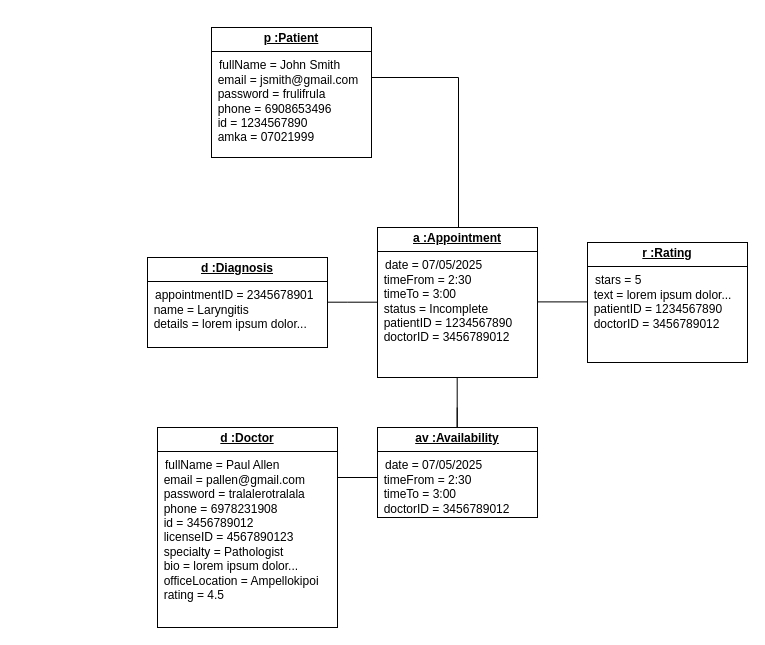
Earlier version of the draw.io diagram diagrams/Object_Diagram1.drawio (dimitry-lzs/seBackend). Source tidied: cells renumbered, new cells numbered last; positions are measured from the earlier drawing's top-left corner, leaving out a move shared by most shapes. Both pictures are drawn from the tidied source at 100%, with x=0, y=0 at pixel (147, 27).
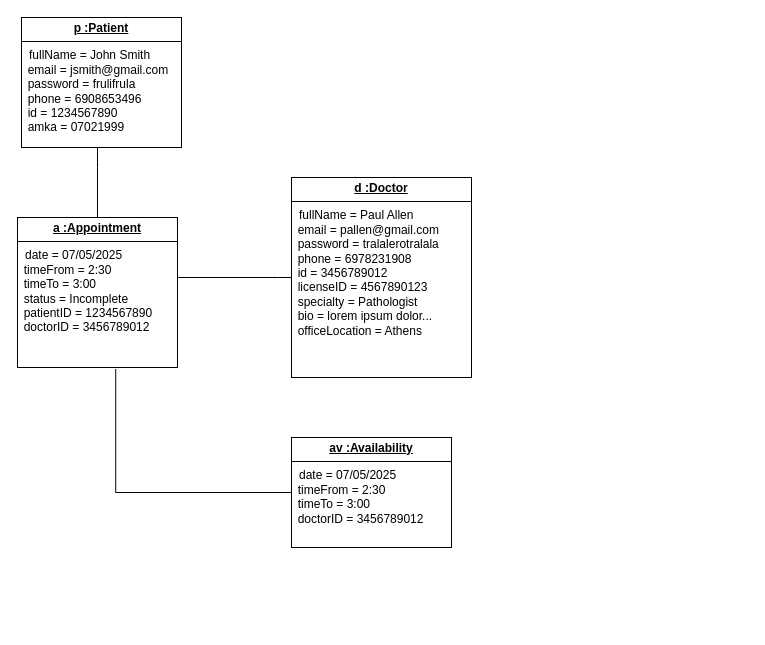
The same page after the edit.

Commit message (it also covers changes not shown here):
update object diagrams

The edit, as a diff of the source:
```diff
@@
     <mxCell id="2" value="&lt;p style=&quot;margin:0px;margin-top:4px;text-align:center;text-decoration:underline;&quot;&gt;&lt;b&gt;p :Patient&lt;/b&gt;&lt;/p&gt;&lt;hr size=&quot;1&quot; style=&quot;border-style:solid;&quot;&gt;&lt;p style=&quot;margin:0px;margin-left:8px;&quot;&gt;fullName = John Smith&lt;/p&gt;&lt;div&gt;&amp;nbsp; email = jsmith@gmail.com&lt;/div&gt;&lt;div&gt;&amp;nbsp; password = frulifrula&lt;/div&gt;&lt;div&gt;&amp;nbsp; phone = 6908653496&lt;/div&gt;&lt;div&gt;&amp;nbsp; id = 1234567890&lt;/div&gt;&lt;div&gt;&amp;nbsp; amka = 07021999&lt;/div&gt;&lt;div&gt;&lt;br&gt;&lt;/div&gt;&lt;div&gt;&lt;br&gt;&lt;/div&gt;" style="verticalAlign=top;align=left;overflow=fill;html=1;whiteSpace=wrap;" parent="1" vertex="1">
-      <mxGeometry x="64" width="160" height="130" as="geometry" />
+      <mxGeometry x="-126" y="-10" width="160" height="130" as="geometry" />
     </mxCell>
-    <mxCell id="3" style="endArrow=none;html=1;edgeStyle=orthogonalEdgeStyle;rounded=0;" parent="1" edge="1">
-      <mxGeometry relative="1" as="geometry">
-        <mxPoint x="311" y="200" as="sourcePoint" />
-        <mxPoint x="224" y="50" as="targetPoint" />
-        <Array as="points">
-          <mxPoint x="311" y="200" />
-          <mxPoint x="311" y="50" />
-        </Array>
-      </mxGeometry>
-    </mxCell>
+    <mxCell id="13" value="&lt;p style=&quot;margin:0px;margin-top:4px;text-align:center;text-decoration:underline;&quot;&gt;&lt;b&gt;d :Doctor&lt;/b&gt;&lt;/p&gt;&lt;hr size=&quot;1&quot; style=&quot;border-style:solid;&quot;&gt;&lt;p style=&quot;margin: 0px 0px 0px 8px;&quot;&gt;fullName = Paul Allen&lt;/p&gt;&lt;div&gt;&amp;nbsp; email = pallen@gmail.com&lt;/div&gt;&lt;div&gt;&amp;nbsp; password = tralalerotralala&lt;/div&gt;&lt;div&gt;&amp;nbsp; phone = 6978231908&lt;/div&gt;&lt;div&gt;&amp;nbsp; id = 3456789012&lt;/div&gt;&lt;div&gt;&lt;span style=&quot;background-color: transparent; color: light-dark(rgb(0, 0, 0), rgb(255, 255, 255));&quot;&gt;&amp;nbsp; licenseID = 4567890123&lt;/span&gt;&lt;/div&gt;&lt;div&gt;&amp;nbsp; specialty = Pathologist&lt;/div&gt;&lt;div&gt;&amp;nbsp; bio = lorem ipsum dolor...&lt;/div&gt;&lt;div&gt;&amp;nbsp; officeLocation = Athens&lt;/div&gt;" style="verticalAlign=top;align=left;overflow=fill;html=1;whiteSpace=wrap;" parent="1" vertex="1">
+      <mxGeometry x="144" y="150" width="180" height="200" as="geometry" />
+    </mxCell>
+    <mxCell id="7" value="&lt;p style=&quot;margin:0px;margin-top:4px;text-align:center;text-decoration:underline;&quot;&gt;&lt;b&gt;av :Availability&lt;/b&gt;&lt;/p&gt;&lt;hr size=&quot;1&quot; style=&quot;border-style:solid;&quot;&gt;&lt;p style=&quot;margin:0px;margin-left:8px;&quot;&gt;date = 07/05/2025&lt;/p&gt;&lt;div&gt;&amp;nbsp; timeFrom = 2:30&lt;/div&gt;&lt;div&gt;&amp;nbsp; timeTo = 3:00&lt;/div&gt;&lt;div&gt;&amp;nbsp; doctorID = 3456789012&lt;/div&gt;" style="verticalAlign=top;align=left;overflow=fill;html=1;whiteSpace=wrap;" parent="1" vertex="1">
+      <mxGeometry x="144" y="410" width="160" height="110" as="geometry" />
+    </mxCell>
+    <mxCell id="14" style="endArrow=none;html=1;edgeStyle=orthogonalEdgeStyle;rounded=0;exitX=0.5;exitY=0;exitDx=0;exitDy=0;" parent="1" edge="1" source="4" target="2">
+      <mxGeometry relative="1" as="geometry">
+        <Array as="points">
+          <mxPoint x="-50" y="140" />
+          <mxPoint x="-50" y="140" />
+        </Array>
+      </mxGeometry>
+    </mxCell>
+    <mxCell id="15" style="endArrow=none;html=1;edgeStyle=orthogonalEdgeStyle;rounded=0;entryX=0;entryY=0.5;entryDx=0;entryDy=0;exitX=1.004;exitY=0.4;exitDx=0;exitDy=0;exitPerimeter=0;" parent="1" edge="1" source="4" target="13">
+      <mxGeometry relative="1" as="geometry">
+        <Array as="points">
+          <mxPoint x="130" y="250" />
+          <mxPoint x="130" y="250" />
+        </Array>
+      </mxGeometry>
+    </mxCell>
+    <mxCell id="16" style="endArrow=none;html=1;edgeStyle=orthogonalEdgeStyle;rounded=0;exitX=1;exitY=0.5;exitDx=0;exitDy=0;" parent="1" edge="1" source="4">
+      <mxGeometry relative="1" as="geometry">
+        <mxPoint x="-32" y="340" as="targetPoint" />
+        <Array as="points">
+          <mxPoint x="-32" y="339" />
+        </Array>
+      </mxGeometry>
+    </mxCell>
+    <mxCell id="17" style="endArrow=none;html=1;edgeStyle=orthogonalEdgeStyle;rounded=0;exitX=0;exitY=0.5;exitDx=0;exitDy=0;entryX=0.614;entryY=1.01;entryDx=0;entryDy=0;entryPerimeter=0;" parent="1" edge="1" source="7" target="4">
+      <mxGeometry relative="1" as="geometry">
+        <Array as="points">
+          <mxPoint x="-32" y="465" />
+        </Array>
+      </mxGeometry>
+    </mxCell>
     <mxCell id="4" value="&lt;p style=&quot;margin:0px;margin-top:4px;text-align:center;text-decoration:underline;&quot;&gt;&lt;b&gt;a :Appointment&lt;/b&gt;&lt;/p&gt;&lt;hr size=&quot;1&quot; style=&quot;border-style:solid;&quot;&gt;&lt;p style=&quot;margin:0px;margin-left:8px;&quot;&gt;date = 07/05/2025&lt;/p&gt;&lt;div&gt;&amp;nbsp; timeFrom = 2:30&lt;/div&gt;&lt;div&gt;&amp;nbsp; timeTo = 3:00&lt;/div&gt;&lt;div&gt;&amp;nbsp; status = Incomplete&lt;/div&gt;&lt;div&gt;&amp;nbsp; patientID = 1234567890&lt;/div&gt;&lt;div&gt;&amp;nbsp; doctorID = 3456789012&lt;/div&gt;" style="verticalAlign=top;align=left;overflow=fill;html=1;whiteSpace=wrap;" parent="1" vertex="1">
-      <mxGeometry x="230" y="200" width="160" height="150" as="geometry" />
+      <mxGeometry x="-130" y="190" width="160" height="150" as="geometry" />
     </mxCell>
-    <mxCell id="5" value="&lt;p style=&quot;margin:0px;margin-top:4px;text-align:center;text-decoration:underline;&quot;&gt;&lt;b&gt;d :Doctor&lt;/b&gt;&lt;/p&gt;&lt;hr size=&quot;1&quot; style=&quot;border-style:solid;&quot;&gt;&lt;p style=&quot;margin: 0px 0px 0px 8px;&quot;&gt;fullName = Paul Allen&lt;/p&gt;&lt;div&gt;&amp;nbsp; email = pallen@gmail.com&lt;/div&gt;&lt;div&gt;&amp;nbsp; password = tralalerotralala&lt;/div&gt;&lt;div&gt;&amp;nbsp; phone = 6978231908&lt;/div&gt;&lt;div&gt;&amp;nbsp; id = 3456789012&lt;/div&gt;&lt;div&gt;&lt;span style=&quot;background-color: transparent; color: light-dark(rgb(0, 0, 0), rgb(255, 255, 255));&quot;&gt;&amp;nbsp; licenseID = 4567890123&lt;/span&gt;&lt;/div&gt;&lt;div&gt;&amp;nbsp; specialty = Pathologist&lt;/div&gt;&lt;div&gt;&amp;nbsp; bio = lorem ipsum dolor...&lt;/div&gt;&lt;div&gt;&amp;nbsp; officeLocation = Ampellokipoi&lt;/div&gt;&lt;div&gt;&amp;nbsp; rating = 4.5&lt;/div&gt;" style="verticalAlign=top;align=left;overflow=fill;html=1;whiteSpace=wrap;" parent="1" vertex="1">
-      <mxGeometry x="10" y="400" width="180" height="200" as="geometry" />
-    </mxCell>
-    <mxCell id="6" value="&lt;p style=&quot;margin:0px;margin-top:4px;text-align:center;text-decoration:underline;&quot;&gt;&lt;b&gt;d :Diagnosis&lt;/b&gt;&lt;/p&gt;&lt;hr size=&quot;1&quot; style=&quot;border-style:solid;&quot;&gt;&lt;p style=&quot;margin:0px;margin-left:8px;&quot;&gt;appointmentID = 2345678901&lt;/p&gt;&lt;div&gt;&amp;nbsp; name = Laryngitis&lt;/div&gt;&lt;div&gt;&amp;nbsp; details = lorem ipsum dolor...&lt;/div&gt;" style="verticalAlign=top;align=left;overflow=fill;html=1;whiteSpace=wrap;" parent="1" vertex="1">
-      <mxGeometry y="230" width="180" height="90" as="geometry" />
-    </mxCell>
-    <mxCell id="7" value="&lt;p style=&quot;margin:0px;margin-top:4px;text-align:center;text-decoration:underline;&quot;&gt;&lt;b&gt;av :Availability&lt;/b&gt;&lt;/p&gt;&lt;hr size=&quot;1&quot; style=&quot;border-style:solid;&quot;&gt;&lt;p style=&quot;margin:0px;margin-left:8px;&quot;&gt;date = 07/05/2025&lt;/p&gt;&lt;div&gt;&amp;nbsp; timeFrom = 2:30&lt;/div&gt;&lt;div&gt;&amp;nbsp; timeTo = 3:00&lt;/div&gt;&lt;div&gt;&amp;nbsp; doctorID = 3456789012&lt;/div&gt;" style="verticalAlign=top;align=left;overflow=fill;html=1;whiteSpace=wrap;" parent="1" vertex="1">
-      <mxGeometry x="230" y="400" width="160" height="90" as="geometry" />
-    </mxCell>
-    <mxCell id="8" value="&lt;p style=&quot;margin:0px;margin-top:4px;text-align:center;text-decoration:underline;&quot;&gt;&lt;b&gt;r :Rating&lt;/b&gt;&lt;/p&gt;&lt;hr size=&quot;1&quot; style=&quot;border-style:solid;&quot;&gt;&lt;p style=&quot;margin:0px;margin-left:8px;&quot;&gt;stars = 5&lt;/p&gt;&lt;div&gt;&amp;nbsp; text = lorem ipsum dolor...&lt;/div&gt;&lt;div&gt;&amp;nbsp; patientID = 1234567890&lt;/div&gt;&lt;div&gt;&amp;nbsp; doctorID = 3456789012&lt;/div&gt;" style="verticalAlign=top;align=left;overflow=fill;html=1;whiteSpace=wrap;" parent="1" vertex="1">
-      <mxGeometry x="440" y="215" width="160" height="120" as="geometry" />
-    </mxCell>
-    <mxCell id="9" style="endArrow=none;html=1;edgeStyle=orthogonalEdgeStyle;rounded=0;" parent="1" edge="1">
-      <mxGeometry relative="1" as="geometry">
-        <mxPoint x="190" y="450" as="sourcePoint" />
-        <mxPoint x="230" y="450" as="targetPoint" />
-        <Array as="points">
-          <mxPoint x="190" y="450" />
-          <mxPoint x="190" y="450" />
-        </Array>
-      </mxGeometry>
-    </mxCell>
-    <mxCell id="10" style="endArrow=none;html=1;edgeStyle=orthogonalEdgeStyle;rounded=0;" parent="1" edge="1">
-      <mxGeometry relative="1" as="geometry">
-        <mxPoint x="180" y="274.7" as="sourcePoint" />
-        <mxPoint x="230" y="274.7" as="targetPoint" />
-        <Array as="points">
-          <mxPoint x="199.7" y="274.7" />
-          <mxPoint x="199.7" y="274.7" />
-        </Array>
-      </mxGeometry>
-    </mxCell>
-    <mxCell id="11" style="endArrow=none;html=1;edgeStyle=orthogonalEdgeStyle;rounded=0;" parent="1" edge="1">
-      <mxGeometry relative="1" as="geometry">
-        <mxPoint x="390" y="274.4" as="sourcePoint" />
-        <mxPoint x="440" y="274.4" as="targetPoint" />
-      </mxGeometry>
-    </mxCell>
-    <mxCell id="12" style="endArrow=none;html=1;edgeStyle=orthogonalEdgeStyle;rounded=0;" parent="1" edge="1">
-      <mxGeometry relative="1" as="geometry">
-        <mxPoint x="309.7" y="350" as="sourcePoint" />
-        <mxPoint x="309.7" y="380" as="targetPoint" />
-        <Array as="points">
-          <mxPoint x="309.7" y="400" />
-          <mxPoint x="309.7" y="400" />
-        </Array>
-      </mxGeometry>
-    </mxCell>
```
